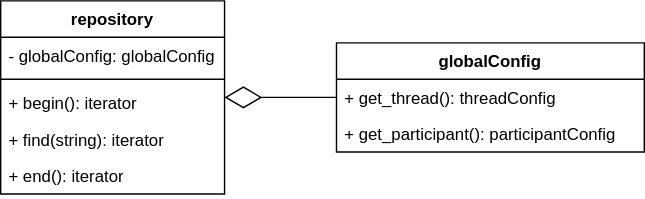
This is doc/repository.svg from vitalii-samoilenko/ai-chat-bot, a draw.io export, as it was before one commit. Source tidied: cells renumbered, new cells last; positions are measured from the earlier drawing's top-left corner, leaving out a move shared by most shapes.
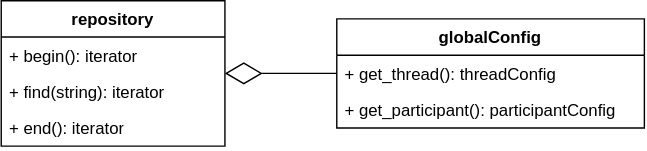
Later version of the same file.

The edit, as a diff of the source:
```diff
@@ -3,25 +3,19 @@
     <mxCell id="0" />
     <mxCell id="1" parent="0" />
     <mxCell id="2" value="repository" style="swimlane;fontStyle=1;align=center;verticalAlign=top;horizontal=1;startSize=26;whiteSpace=wrap;html=1;" parent="1" vertex="1">
-      <mxGeometry width="160" height="138" as="geometry" />
+      <mxGeometry width="160" height="104" as="geometry" />
     </mxCell>
-    <mxCell id="3" value="- globalConfig: globalConfig" style="text;strokeColor=none;fillColor=none;align=left;verticalAlign=top;spacingLeft=4;spacingRight=4;overflow=hidden;whiteSpace=wrap;html=1;" parent="2" vertex="1">
-      <mxGeometry y="26" width="160" height="26" as="geometry" />
-    </mxCell>
-    <mxCell id="4" style="line;strokeWidth=1;fillColor=none;align=left;verticalAlign=middle;spacingTop=-1;spacingLeft=3;spacingRight=3;labelPosition=right;strokeColor=inherit;" parent="2" vertex="1">
-      <mxGeometry y="52" width="160" height="8" as="geometry" />
-    </mxCell>
     <mxCell id="5" value="+ begin(): iterator" style="text;strokeColor=none;fillColor=none;align=left;verticalAlign=top;spacingLeft=4;spacingRight=4;overflow=hidden;whiteSpace=wrap;html=1;" parent="2" vertex="1">
-      <mxGeometry y="60" width="160" height="26" as="geometry" />
+      <mxGeometry y="26" width="160" height="26" as="geometry" />
     </mxCell>
     <mxCell id="6" value="+ find(string): iterator" style="text;strokeColor=none;fillColor=none;align=left;verticalAlign=top;spacingLeft=4;spacingRight=4;overflow=hidden;whiteSpace=wrap;html=1;" parent="2" vertex="1">
-      <mxGeometry y="86" width="160" height="26" as="geometry" />
+      <mxGeometry y="52" width="160" height="26" as="geometry" />
     </mxCell>
     <mxCell id="7" value="+ end(): iterator" style="text;strokeColor=none;fillColor=none;align=left;verticalAlign=top;spacingLeft=4;spacingRight=4;overflow=hidden;whiteSpace=wrap;html=1;" parent="2" vertex="1">
-      <mxGeometry y="112" width="160" height="26" as="geometry" />
+      <mxGeometry y="78" width="160" height="26" as="geometry" />
     </mxCell>
     <mxCell id="8" value="globalConfig" style="swimlane;fontStyle=1;align=center;verticalAlign=top;horizontal=1;startSize=26;whiteSpace=wrap;html=1;" parent="1" vertex="1">
-      <mxGeometry x="240" y="30" width="220" height="78" as="geometry" />
+      <mxGeometry x="240" y="13" width="220" height="78" as="geometry" />
     </mxCell>
     <mxCell id="9" value="+ get_thread(): threadConfig" style="text;strokeColor=none;fillColor=none;align=left;verticalAlign=top;spacingLeft=4;spacingRight=4;overflow=hidden;whiteSpace=wrap;html=1;" parent="8" vertex="1">
       <mxGeometry y="26" width="220" height="26" as="geometry" />
```
